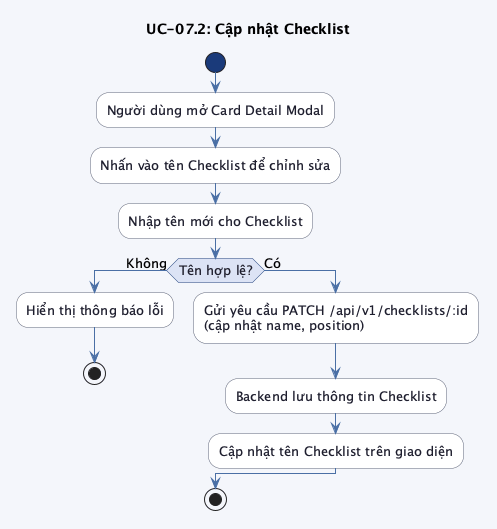
trongnhan34vn/trello-report keeps this PlantUML diagram as src/images/chap3/activity_uc07_2.png. Above is the earlier version. Its diagram source:
```plantuml
@startuml activity_uc07_2

skinparam linetype ortho
skinparam defaultFontSize 13
skinparam backgroundColor #f4f6fb
skinparam activity {
    BackgroundColor #ffffff
    BorderColor #5b6279
    FontColor #1e1e2e
    ArrowColor #4a6fa5
    DiamondBackgroundColor #dce3f5
    DiamondBorderColor #1a3a7a
    DiamondFontColor #1e1e2e
    StartColor #1a3a7a
    EndColor #1a3a7a
}

title UC-07.2: Cập nhật Checklist

start

:Người dùng mở Card Detail Modal;
:Nhấn vào tên Checklist để chỉnh sửa;
:Nhập tên mới cho Checklist;

if (Tên hợp lệ?) then (Không)
    :Hiển thị thông báo lỗi;
    stop
else (Có)
    :Gửi yêu cầu PATCH /api/v1/checklists/:id\n(cập nhật name, position);
    :Backend lưu thông tin Checklist;
    :Cập nhật tên Checklist trên giao diện;
endif

stop

@enduml
```
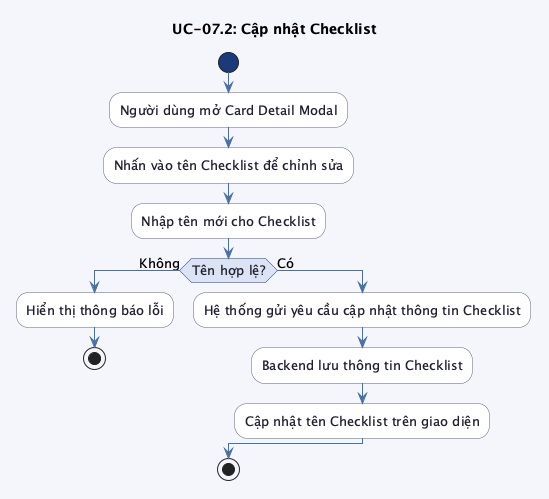
After the commit.

Change to the diagram source:
```diff
@@ -27,7 +27,7 @@
     :Hiển thị thông báo lỗi;
     stop
 else (Có)
-    :Gửi yêu cầu PATCH /api/v1/checklists/:id\n(cập nhật name, position);
+    :Hệ thống gửi yêu cầu cập nhật thông tin Checklist;
     :Backend lưu thông tin Checklist;
     :Cập nhật tên Checklist trên giao diện;
 endif
```
